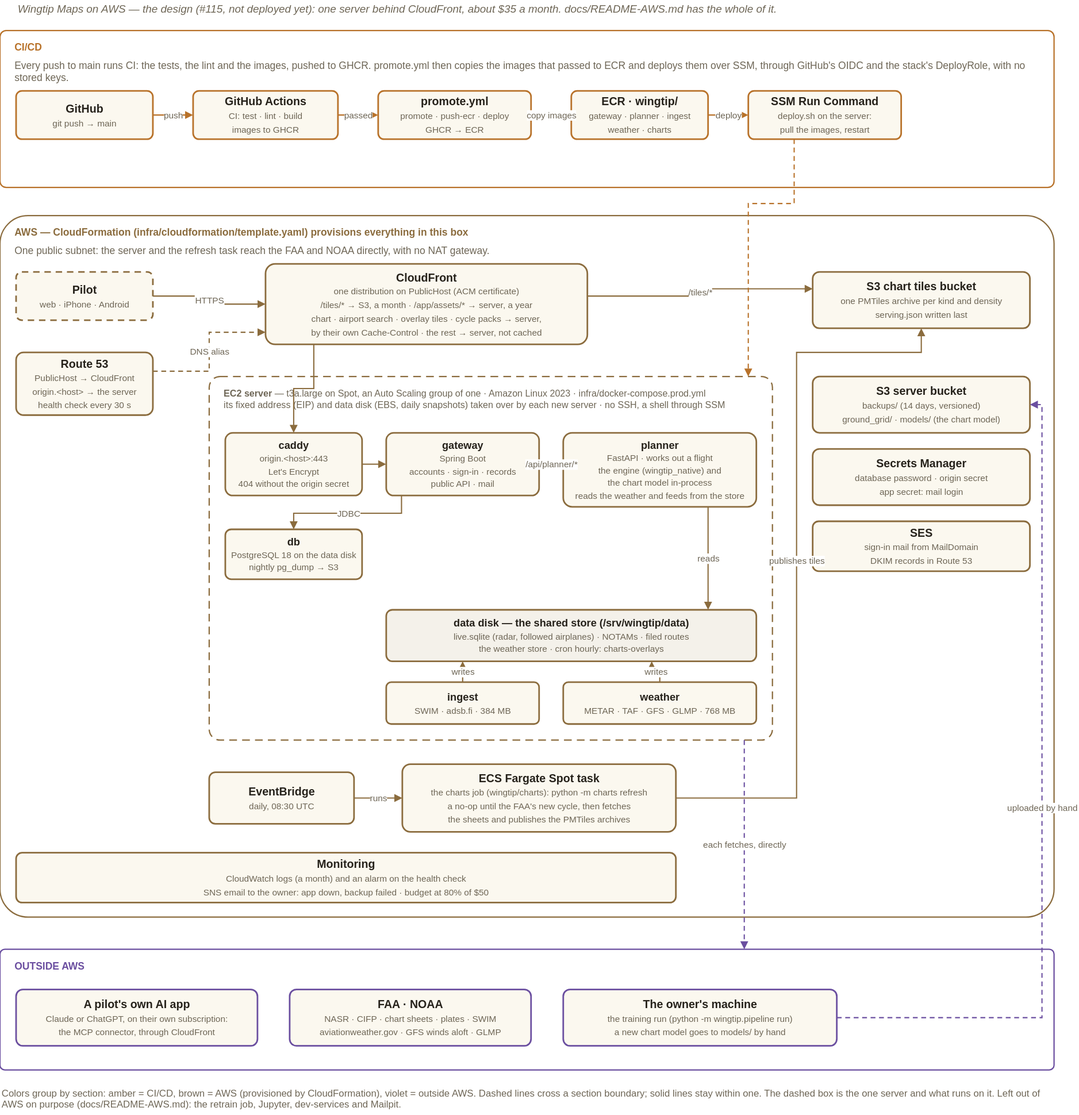
The draw.io diagram docs/architecture-aws.svg in asdaq-samir/wingtip, before a commit. Source tidied: cells renumbered, new cells last; positions are measured from the earlier drawing's top-left corner, leaving out a move shared by most shapes.
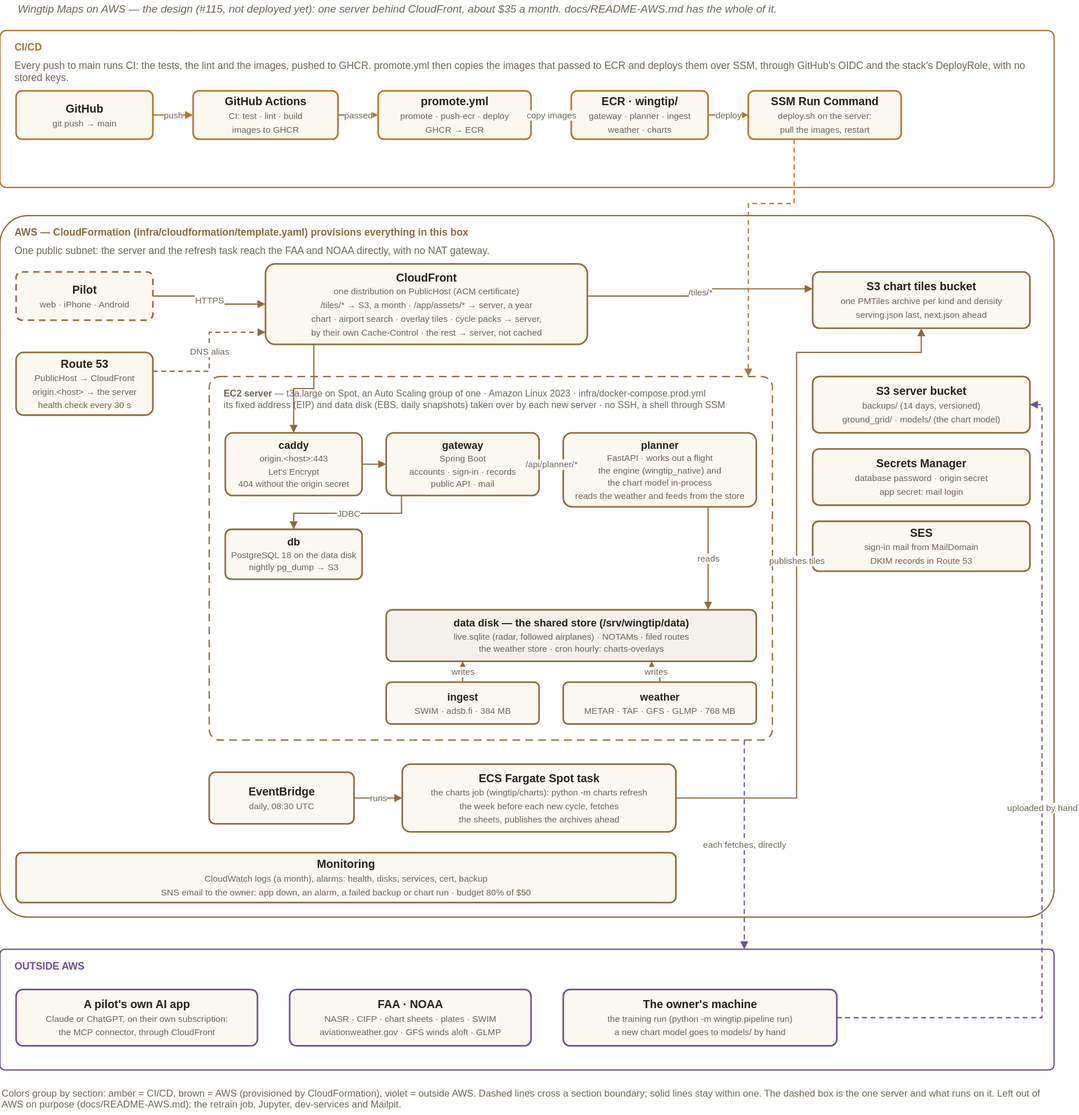
Above is the later version.

What changed in the source:
```diff
@@ -59,7 +59,7 @@
     <mxCell id="20" value="&lt;b&gt;CloudFront&lt;/b&gt;&lt;br&gt;&lt;span style=&quot;font-size:11px;color:#6E6656;&quot;&gt;one distribution on PublicHost (ACM certificate)&lt;/span&gt;&lt;br&gt;&lt;span style=&quot;font-size:11px;color:#6E6656;&quot;&gt;/tiles/* → S3, a month · /app/assets/* → server, a year&lt;/span&gt;&lt;br&gt;&lt;span style=&quot;font-size:11px;color:#6E6656;&quot;&gt;chart · airport search · overlay tiles · cycle packs → server,&lt;/span&gt;&lt;br&gt;&lt;span style=&quot;font-size:11px;color:#6E6656;&quot;&gt;by their own Cache-Control · the rest → server, not cached&lt;/span&gt;" style="rounded=1;whiteSpace=wrap;html=1;arcSize=12;fillColor=#FBF8EF;strokeColor=#8B6C3E;strokeWidth=2;fontColor=#26221B;fontSize=14;verticalAlign=middle;spacing=4;" parent="1" vertex="1">
       <mxGeometry x="330" y="328" width="400" height="100" as="geometry" />
     </mxCell>
-    <mxCell id="21" value="&lt;b&gt;S3 chart tiles bucket&lt;/b&gt;&lt;br&gt;&lt;span style=&quot;font-size:11px;color:#6E6656;&quot;&gt;one PMTiles archive per kind and density&lt;/span&gt;&lt;br&gt;&lt;span style=&quot;font-size:11px;color:#6E6656;&quot;&gt;serving.json written last&lt;/span&gt;" style="rounded=1;whiteSpace=wrap;html=1;arcSize=12;fillColor=#FBF8EF;strokeColor=#8B6C3E;strokeWidth=2;fontColor=#26221B;fontSize=14;verticalAlign=middle;spacing=4;" parent="1" vertex="1">
+    <mxCell id="21" value="&lt;b&gt;S3 chart tiles bucket&lt;/b&gt;&lt;br&gt;&lt;span style=&quot;font-size:11px;color:#6E6656;&quot;&gt;one PMTiles archive per kind and density&lt;/span&gt;&lt;br&gt;&lt;span style=&quot;font-size:11px;color:#6E6656;&quot;&gt;serving.json last, next.json ahead&lt;/span&gt;" style="rounded=1;whiteSpace=wrap;html=1;arcSize=12;fillColor=#FBF8EF;strokeColor=#8B6C3E;strokeWidth=2;fontColor=#26221B;fontSize=14;verticalAlign=middle;spacing=4;" parent="1" vertex="1">
       <mxGeometry x="1010" y="338" width="270" height="70" as="geometry" />
     </mxCell>
     <mxCell id="22" style="rounded=1;whiteSpace=wrap;html=1;arcSize=3;fillColor=none;strokeColor=#8B6C3E;strokeWidth=1.6;dashed=1;dashPattern=6 4;" parent="1" vertex="1">
@@ -101,10 +101,10 @@
     <mxCell id="34" value="&lt;b&gt;EventBridge&lt;/b&gt;&lt;br&gt;&lt;span style=&quot;font-size:11px;color:#6E6656;&quot;&gt;daily, 08:30 UTC&lt;/span&gt;" style="rounded=1;whiteSpace=wrap;html=1;arcSize=12;fillColor=#FBF8EF;strokeColor=#8B6C3E;strokeWidth=2;fontColor=#26221B;fontSize=14;verticalAlign=middle;spacing=4;" parent="1" vertex="1">
       <mxGeometry x="260" y="960" width="180" height="64" as="geometry" />
     </mxCell>
-    <mxCell id="35" value="&lt;b&gt;ECS Fargate Spot task&lt;/b&gt;&lt;br&gt;&lt;span style=&quot;font-size:11px;color:#6E6656;&quot;&gt;the charts job (wingtip/charts): python -m charts refresh&lt;/span&gt;&lt;br&gt;&lt;span style=&quot;font-size:11px;color:#6E6656;&quot;&gt;a no-op until the FAA's new cycle, then fetches&lt;/span&gt;&lt;br&gt;&lt;span style=&quot;font-size:11px;color:#6E6656;&quot;&gt;the sheets and publishes the PMTiles archives&lt;/span&gt;" style="rounded=1;whiteSpace=wrap;html=1;arcSize=12;fillColor=#FBF8EF;strokeColor=#8B6C3E;strokeWidth=2;fontColor=#26221B;fontSize=14;verticalAlign=middle;spacing=4;" parent="1" vertex="1">
+    <mxCell id="35" value="&lt;b&gt;ECS Fargate Spot task&lt;/b&gt;&lt;br&gt;&lt;span style=&quot;font-size:11px;color:#6E6656;&quot;&gt;the charts job (wingtip/charts): python -m charts refresh&lt;/span&gt;&lt;br&gt;&lt;span style=&quot;font-size:11px;color:#6E6656;&quot;&gt;the week before each new cycle, fetches&lt;/span&gt;&lt;br&gt;&lt;span style=&quot;font-size:11px;color:#6E6656;&quot;&gt;the sheets, publishes the archives ahead&lt;/span&gt;" style="rounded=1;whiteSpace=wrap;html=1;arcSize=12;fillColor=#FBF8EF;strokeColor=#8B6C3E;strokeWidth=2;fontColor=#26221B;fontSize=14;verticalAlign=middle;spacing=4;" parent="1" vertex="1">
       <mxGeometry x="500" y="950" width="340" height="84" as="geometry" />
     </mxCell>
-    <mxCell id="36" value="&lt;b&gt;Monitoring&lt;/b&gt;&lt;br&gt;&lt;span style=&quot;font-size:11px;color:#6E6656;&quot;&gt;CloudWatch logs (a month) and an alarm on the health check&lt;/span&gt;&lt;br&gt;&lt;span style=&quot;font-size:11px;color:#6E6656;&quot;&gt;SNS email to the owner: app down, backup failed · budget at 80% of $50&lt;/span&gt;" style="rounded=1;whiteSpace=wrap;html=1;arcSize=12;fillColor=#FBF8EF;strokeColor=#8B6C3E;strokeWidth=2;fontColor=#26221B;fontSize=14;verticalAlign=middle;spacing=4;" parent="1" vertex="1">
+    <mxCell id="36" value="&lt;b&gt;Monitoring&lt;/b&gt;&lt;br&gt;&lt;span style=&quot;font-size:11px;color:#6E6656;&quot;&gt;CloudWatch logs (a month), alarms: health, disks, services, cert, backup&lt;/span&gt;&lt;br&gt;&lt;span style=&quot;font-size:11px;color:#6E6656;&quot;&gt;SNS email to the owner: app down, an alarm, a failed backup or chart run · budget 80% of $50&lt;/span&gt;" style="rounded=1;whiteSpace=wrap;html=1;arcSize=12;fillColor=#FBF8EF;strokeColor=#8B6C3E;strokeWidth=2;fontColor=#26221B;fontSize=14;verticalAlign=middle;spacing=4;" parent="1" vertex="1">
       <mxGeometry x="20" y="1060" width="820" height="62" as="geometry" />
     </mxCell>
     <mxCell id="37" value="HTTPS" style="edgeStyle=orthogonalEdgeStyle;rounded=0;html=1;strokeColor=#8B6C3E;strokeWidth=1.5;fontSize=11;fontColor=#6E6656;labelBackgroundColor=#FFFFFF;endArrow=block;endFill=1;" parent="1" edge="1" source="18" target="20">
```
